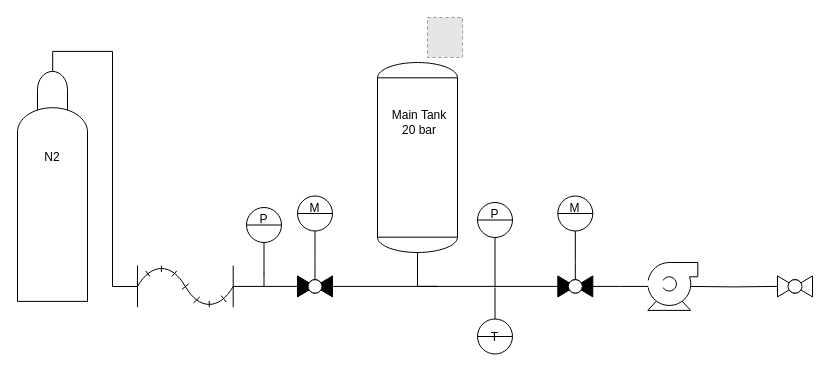
tudsat-rocket/diagrams keeps this draw.io diagram as Pump Teststand.drawio. Above is the earlier version. Source tidied: cells renumbered, new cells numbered last; positions are measured from the earlier drawing's top-left corner, leaving out a move shared by most shapes. Both pictures are drawn from the tidied source at 100%, with x=0, y=0 at pixel (17, 17). Pictures stored in the file or linked from it are replaced by grey dashed boxes.
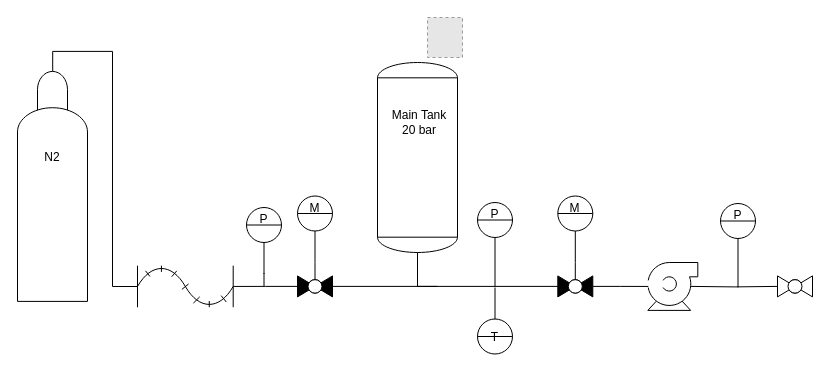
The same diagram, later.

Commit message:
Added post pump preasure sensor

Diff of the diagram source:
```diff
@@
+    <mxCell id="27" style="edgeStyle=orthogonalEdgeStyle;shape=connector;rounded=0;orthogonalLoop=1;jettySize=auto;html=1;strokeColor=default;align=center;verticalAlign=middle;fontFamily=Helvetica;fontSize=11;fontColor=default;labelBackgroundColor=default;defaultLabelBackgroundColor=page;labelPadding=0 4;endArrow=none;endFill=0;" parent="1" edge="1">
+      <mxGeometry x="0.79" relative="1" as="geometry">
+        <mxPoint x="720.5" y="252.5" as="sourcePoint" />
+        <mxPoint x="720.5" y="270" as="targetPoint" />
+      </mxGeometry>
+    </mxCell>
+    <mxCell id="28" value="&lt;table cellpadding=&quot;0&quot; cellspacing=&quot;0&quot; style=&quot;font-size:1em;width:100%;height:100%;&quot;&gt;&lt;tbody&gt;&lt;tr&gt;&lt;td align=&quot;center&quot; height=&quot;25&quot;&gt;P&lt;/td&gt;&lt;/tr&gt;&lt;tr&gt;&lt;td align=&quot;center&quot; height=&quot;25&quot; style=&quot;line-height: 100%;&quot;&gt;&lt;br&gt;&lt;/td&gt;&lt;/tr&gt;&lt;tr&gt;&lt;td align=&quot;center&quot; valign=&quot;bottom&quot;&gt;&lt;/td&gt;&lt;/tr&gt;&lt;/tbody&gt;&lt;/table&gt;" style="html=1;align=center;dashed=0;shape=mxgraph.pid2inst.indicator;mounting=room;overflow=fill;indType=inst;" parent="1" vertex="1">
+      <mxGeometry x="703" y="186" width="35" height="66.5" as="geometry" />
+    </mxCell>
```
